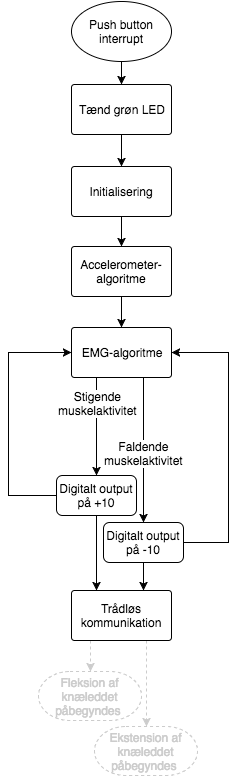
The draw.io diagram figures/implementering/overordnet_flow.png in mariakroustrup/ST4, before a commit. Source tidied: cells renumbered, new cells last; positions are measured from the earlier drawing's top-left corner, leaving out a move shared by most shapes.
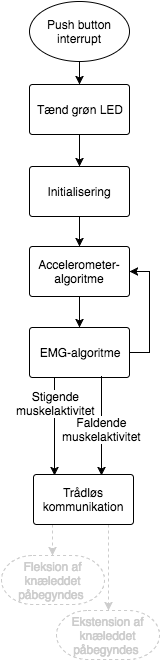
After the change.

Diff of the diagram source:
```diff
@@ -8,6 +8,9 @@
     <mxCell id="3" value="Initialisering" style="strokeWidth=1;html=1;shape=mxgraph.flowchart.process;whiteSpace=wrap;" parent="1" vertex="1">
       <mxGeometry x="63" y="165" width="100" height="50" as="geometry" />
     </mxCell>
+    <mxCell id="26" style="edgeStyle=orthogonalEdgeStyle;rounded=0;html=1;exitX=1;exitY=0.5;exitPerimeter=0;entryX=1;entryY=0.5;entryPerimeter=0;endArrow;endFill;jettySize=auto;strokeColor=#000000;fontColor=#CCCCCC;" parent="1" edge="1" source="4" target="25">
+      <mxGeometry relative="1" as="geometry" />
+    </mxCell>
     <mxCell id="4" value="EMG-algoritme" style="strokeWidth=1;html=1;shape=mxgraph.flowchart.process;whiteSpace=wrap;" parent="1" vertex="1">
       <mxGeometry x="63" y="326" width="100" height="50" as="geometry" />
     </mxCell>
@@ -18,11 +21,12 @@
       <mxGeometry relative="1" as="geometry" />
     </mxCell>
     <mxCell id="7" value="&lt;font color=&quot;#cccccc&quot;&gt;Fleksion af knæleddet påbegyndes&amp;nbsp;&lt;/font&gt;" style="strokeWidth=1;html=1;shape=mxgraph.flowchart.terminator;whiteSpace=wrap;strokeColor=#CCCCCC;dashed=1;" parent="1" vertex="1">
-      <mxGeometry x="30" y="670" width="103" height="49" as="geometry" />
+      <mxGeometry x="35" y="554" width="103" height="49" as="geometry" />
     </mxCell>
-    <mxCell id="8" style="endArrow=classic;html=1;entryX=0.5;entryY=0;exitX=0.25;exitY=1.08;exitPerimeter=0;" parent="1" edge="1" target="17">
+    <mxCell id="8" style="endArrow=classic;html=1;entryX=0.5;entryY=0;exitX=0.25;exitY=1.08;exitPerimeter=0;" parent="1" edge="1">
       <mxGeometry relative="1" as="geometry">
         <mxPoint x="88" y="376" as="sourcePoint" />
+        <mxPoint x="88" y="474" as="targetPoint" />
       </mxGeometry>
     </mxCell>
     <mxCell id="9" value="Stigende&lt;div&gt;muskelaktivitet&lt;/div&gt;" style="text;html=1;align=center;verticalAlign=middle;labelBackgroundColor=#ffffff;" parent="8" vertex="1">
@@ -30,9 +34,10 @@
         <mxPoint y="-1" as="offset" />
       </mxGeometry>
     </mxCell>
-    <mxCell id="10" style="endArrow=classic;html=1;entryX=0.5;entryY=0;exitX=0.25;exitY=1.08;exitPerimeter=0;" parent="1" edge="1" target="20">
-      <mxGeometry x="435" y="401" as="geometry">
-        <mxPoint x="135" y="376" as="sourcePoint" />
+    <mxCell id="10" style="endArrow=classic;html=1;exitX=0.25;exitY=1.08;exitPerimeter=0;" parent="1" edge="1">
+      <mxGeometry x="473" y="400" as="geometry">
+        <mxPoint x="135" y="375" as="sourcePoint" />
+        <mxPoint x="135" y="474" as="targetPoint" />
       </mxGeometry>
     </mxCell>
     <mxCell id="11" value="&lt;span&gt;Faldende&lt;/span&gt;&lt;div&gt;muskelaktivitet&lt;/div&gt;" style="text;html=1;align=center;verticalAlign=middle;labelBackgroundColor=#ffffff;" parent="10" vertex="1">
@@ -40,13 +45,14 @@
         <mxPoint y="2" as="offset" />
       </mxGeometry>
     </mxCell>
-    <mxCell id="12" style="endArrow=classic;html=1;entryX=0.5;entryY=0;entryPerimeter=0;dashed=1;strokeColor=#CCCCCC;" parent="1" edge="1" target="7">
+    <mxCell id="12" style="endArrow=classic;html=1;entryX=0.5;entryY=0;entryPerimeter=0;dashed=1;strokeColor=#CCCCCC;" parent="1" edge="1">
       <mxGeometry relative="1" as="geometry">
-        <mxPoint x="82" y="639" as="sourcePoint" />
+        <mxPoint x="86" y="523" as="sourcePoint" />
+        <mxPoint x="86" y="554" as="targetPoint" />
       </mxGeometry>
     </mxCell>
     <mxCell id="13" value="&lt;font color=&quot;#cccccc&quot;&gt;Ekstension af knæleddet påbegyndes&amp;nbsp;&lt;/font&gt;" style="strokeWidth=1;html=1;shape=mxgraph.flowchart.terminator;whiteSpace=wrap;dashed=1;strokeColor=#CCCCCC;" parent="1" vertex="1">
-      <mxGeometry x="86" y="725" width="103" height="49" as="geometry" />
+      <mxGeometry x="90" y="609" width="103" height="49" as="geometry" />
     </mxCell>
     <mxCell id="14" value="Tænd grøn LED" style="strokeWidth=1;html=1;shape=mxgraph.flowchart.process;whiteSpace=wrap;" parent="1" vertex="1">
       <mxGeometry x="63" y="83" width="100" height="50" as="geometry" />
@@ -57,49 +63,14 @@
     <mxCell id="16" style="edgeStyle=orthogonalEdgeStyle;rounded=0;html=1;exitX=0.5;exitY=1;exitPerimeter=0;entryX=0.5;entryY=0;entryPerimeter=0;startSize=6;jettySize=auto;" parent="1" edge="1" source="14" target="3">
       <mxGeometry relative="1" as="geometry" />
     </mxCell>
-    <mxCell id="17" value="&lt;font color=&quot;#000000&quot;&gt;Digitalt output på +10&lt;/font&gt;" style="rounded=1;whiteSpace=wrap;html=1;strokeColor=#000000;strokeWidth=1;fillColor=#ffffff;fontColor=#CCCCCC;" parent="1" vertex="1">
-      <mxGeometry x="48" y="474" width="80" height="40" as="geometry" />
-    </mxCell>
-    <mxCell id="18" style="endArrow=classic;html=1;entryX=0.25;entryY=0.12;entryPerimeter=0;" parent="1" edge="1">
-      <mxGeometry x="388" y="533" as="geometry">
-        <mxPoint x="88" y="515" as="sourcePoint" />
-        <mxPoint x="88" y="589" as="targetPoint" />
-      </mxGeometry>
-    </mxCell>
-    <mxCell id="19" style="endArrow=classic;html=1;entryX=0.25;entryY=0.12;entryPerimeter=0;" parent="1" edge="1">
-      <mxGeometry x="435" y="533" as="geometry">
-        <mxPoint x="135" y="555" as="sourcePoint" />
-        <mxPoint x="135" y="589" as="targetPoint" />
-      </mxGeometry>
-    </mxCell>
-    <mxCell id="20" value="&lt;font color=&quot;#000000&quot;&gt;Digitalt output på -10&lt;/font&gt;" style="rounded=1;whiteSpace=wrap;html=1;strokeColor=#000000;strokeWidth=1;fillColor=#ffffff;fontColor=#CCCCCC;" parent="1" vertex="1">
-      <mxGeometry x="95" y="521" width="80" height="40" as="geometry" />
-    </mxCell>
     <mxCell id="21" style="endArrow=classic;html=1;entryX=0.5;entryY=0;entryPerimeter=0;strokeColor=#CCCCCC;dashed=1;" parent="1" edge="1" target="13">
-      <mxGeometry x="437" y="592" as="geometry">
-        <mxPoint x="138" y="615" as="sourcePoint" />
+      <mxGeometry x="479" y="476" as="geometry">
+        <mxPoint x="142" y="499" as="sourcePoint" />
       </mxGeometry>
     </mxCell>
     <mxCell id="22" value="Trådløs kommunikation" style="strokeWidth=1;html=1;shape=mxgraph.flowchart.process;whiteSpace=wrap;" parent="1" vertex="1">
-      <mxGeometry x="63" y="589" width="100" height="50" as="geometry" />
+      <mxGeometry x="67" y="473" width="100" height="50" as="geometry" />
     </mxCell>
-    <mxCell id="23" style="edgeStyle=orthogonalEdgeStyle;rounded=0;html=1;exitX=1;exitY=0.5;exitPerimeter=0;entryX=1;entryY=0.5;entryPerimeter=0;startSize=6;jettySize=auto;" parent="1" edge="1" target="4">
-      <mxGeometry x="475" y="566" as="geometry">
-        <mxPoint x="175" y="541" as="sourcePoint" />
-        <Array as="points">
-          <mxPoint x="220" y="541" />
-          <mxPoint x="220" y="351" />
-        </Array>
-      </mxGeometry>
-    </mxCell>
-    <mxCell id="24" style="edgeStyle=orthogonalEdgeStyle;rounded=0;html=1;exitX=0;exitY=0.5;startSize=6;jettySize=auto;entryX=0;entryY=0.5;entryPerimeter=0;" parent="1" edge="1" source="17" target="4">
-      <mxGeometry x="260" y="420" as="geometry">
-        <Array as="points">
-          <mxPoint y="494" />
-          <mxPoint y="351" />
-        </Array>
-      </mxGeometry>
-    </mxCell>
     <mxCell id="25" value="Accelerometer-algoritme" style="strokeWidth=1;html=1;shape=mxgraph.flowchart.process;whiteSpace=wrap;" parent="1" vertex="1">
       <mxGeometry x="63" y="245" width="100" height="50" as="geometry" />
     </mxCell>
```
